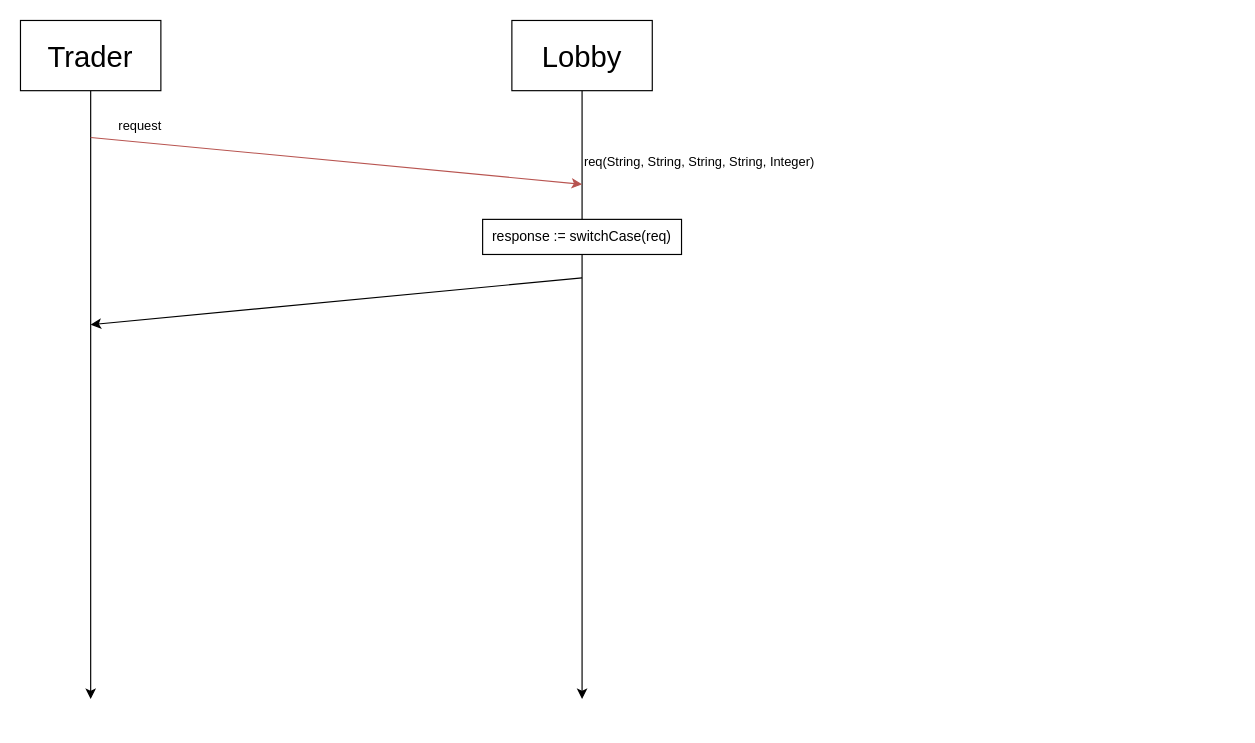
Earlier version of the draw.io diagram ChatProtocol.drawio (FrederikvSvane/PrototypeStockMarketSim). Source tidied: cells renumbered, new cells numbered last; positions are measured from the earlier drawing's top-left corner, leaving out a move shared by most shapes. Both pictures are drawn from the tidied source at 117%, with x=0, y=0 at pixel (20, 20).
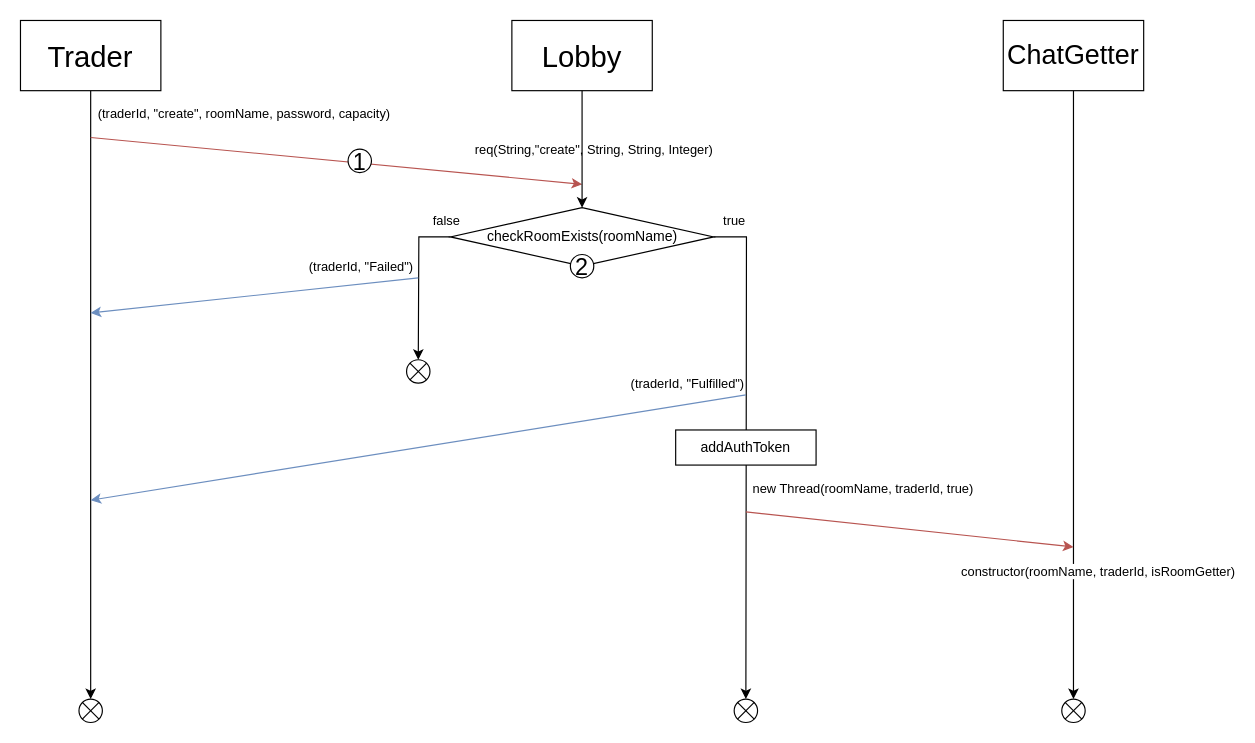
The same diagram, later.

Commit message (it also covers changes not shown here):
refactorized code, swapped duplicate code for function

Unchanged cells that the change refers to:
```xml
<mxCell id="5" value="&lt;font style=&quot;font-size: 25px;&quot;&gt;Lobby&lt;/font&gt;" style="rounded=0;whiteSpace=wrap;html=1;" parent="1" vertex="1">
  <mxGeometry x="420" width="120" height="60" as="geometry" />
</mxCell>
<mxCell id="6" style="endArrow=classic;html=1;rounded=0;fillColor=#f8cecc;strokeColor=#b85450;" parent="1" edge="1">
  <mxGeometry relative="1" as="geometry">
    <mxPoint x="60" y="100" as="sourcePoint" />
    <mxPoint x="480" y="140" as="targetPoint" />
  </mxGeometry>
</mxCell>
```

Diff of the diagram source:
```diff
@@
-    <mxCell id="4" style="edgeStyle=orthogonalEdgeStyle;rounded=0;jettySize=auto;html=1;" parent="1" edge="1" source="5">
-      <mxGeometry relative="1" as="geometry">
-        <mxPoint x="480" y="580" as="targetPoint" />
-      </mxGeometry>
-    </mxCell>
@@
-    <mxCell id="7" value="request" style="edgeLabel;html=1;align=center;verticalAlign=middle;" parent="6" vertex="1">
+    <mxCell id="7" value="(traderId, &quot;create&quot;, roomName, password, capacity)" style="edgeLabel;html=1;align=center;verticalAlign=middle;" parent="6" vertex="1">
       <mxGeometry x="-0.8" relative="1" as="geometry">
-        <mxPoint y="-14" as="offset" />
+        <mxPoint x="89" y="-24" as="offset" />
       </mxGeometry>
     </mxCell>
-    <mxCell id="8" value="req(String, String, String, String, Integer)" style="edgeLabel;html=1;align=center;verticalAlign=middle;" parent="6" vertex="1">
+    <mxCell id="8" value="req(String,&quot;create&quot;, String, String, Integer)" style="edgeLabel;html=1;align=center;verticalAlign=middle;" parent="6" vertex="1">
       <mxGeometry x="0.76" y="-1" relative="1" as="geometry">
-        <mxPoint x="150" y="-16" as="offset" />
+        <mxPoint x="60" y="-26" as="offset" />
       </mxGeometry>
     </mxCell>
-    <mxCell id="9" style="endArrow=classic;html=1;rounded=0;" parent="1" edge="1">
-      <mxGeometry relative="1" as="geometry">
-        <mxPoint x="480" y="220" as="sourcePoint" />
-        <mxPoint x="60" y="260" as="targetPoint" />
-      </mxGeometry>
-    </mxCell>
-    <mxCell id="10" value="response := switchCase(req)" style="rounded=0;whiteSpace=wrap;html=1;" parent="1" vertex="1">
-      <mxGeometry x="395" y="170" width="170" height="30" as="geometry" />
-    </mxCell>
+    <mxCell id="11" value="&lt;font style=&quot;font-size: 20px;&quot;&gt;1&lt;/font&gt;" style="ellipse;whiteSpace=wrap;html=1;" parent="1" vertex="1">
+      <mxGeometry x="280" y="110" width="20" height="20" as="geometry" />
+    </mxCell>
+    <mxCell id="12" style="edgeStyle=orthogonalEdgeStyle;rounded=0;jettySize=auto;html=1;" parent="1" edge="1" source="5" target="17">
+      <mxGeometry relative="1" as="geometry" />
+    </mxCell>
+    <mxCell id="13" style="edgeStyle=orthogonalEdgeStyle;rounded=0;jettySize=auto;html=1;" parent="1" edge="1" source="17">
+      <mxGeometry relative="1" as="geometry">
+        <mxPoint x="340" y="290" as="targetPoint" />
+      </mxGeometry>
+    </mxCell>
+    <mxCell id="14" value="true" style="edgeLabel;html=1;align=center;verticalAlign=middle;" parent="13" vertex="1">
+      <mxGeometry x="-0.79" y="-1" relative="1" as="geometry">
+        <mxPoint x="256" y="-14" as="offset" />
+      </mxGeometry>
+    </mxCell>
+    <mxCell id="15" style="edgeStyle=orthogonalEdgeStyle;rounded=0;jettySize=auto;html=1;" parent="1" edge="1" source="17">
+      <mxGeometry relative="1" as="geometry">
+        <mxPoint x="620" y="580" as="targetPoint" />
+      </mxGeometry>
+    </mxCell>
+    <mxCell id="16" value="false" style="edgeLabel;html=1;align=center;verticalAlign=middle;" parent="15" vertex="1">
+      <mxGeometry x="-0.89" y="3" relative="1" as="geometry">
+        <mxPoint x="-252" y="-12" as="offset" />
+      </mxGeometry>
+    </mxCell>
+    <mxCell id="17" value="checkRoomExists(roomName)" style="rhombus;whiteSpace=wrap;html=1;" parent="1" vertex="1">
+      <mxGeometry x="367.5" y="160" width="225" height="50" as="geometry" />
+    </mxCell>
+    <mxCell id="18" style="endArrow=classic;html=1;rounded=0;fillColor=#dae8fc;strokeColor=#6c8ebf;" parent="1" edge="1">
+      <mxGeometry relative="1" as="geometry">
+        <mxPoint x="340" y="220" as="sourcePoint" />
+        <mxPoint x="60" y="250" as="targetPoint" />
+      </mxGeometry>
+    </mxCell>
+    <mxCell id="19" value="(traderId, &quot;Failed&quot;)" style="edgeLabel;html=1;align=center;verticalAlign=middle;" parent="18" vertex="1">
+      <mxGeometry x="-0.26" relative="1" as="geometry">
+        <mxPoint x="54" y="-21" as="offset" />
+      </mxGeometry>
+    </mxCell>
+    <mxCell id="20" value="&lt;font style=&quot;font-size: 20px;&quot;&gt;2&lt;/font&gt;" style="ellipse;whiteSpace=wrap;html=1;" parent="1" vertex="1">
+      <mxGeometry x="470" y="200" width="20" height="20" as="geometry" />
+    </mxCell>
+    <mxCell id="21" style="verticalLabelPosition=bottom;verticalAlign=top;html=1;shape=mxgraph.flowchart.or;" parent="1" vertex="1">
+      <mxGeometry x="330" y="290" width="20" height="20" as="geometry" />
+    </mxCell>
+    <mxCell id="22" style="endArrow=classic;html=1;rounded=0;fillColor=#dae8fc;strokeColor=#6c8ebf;" parent="1" edge="1">
+      <mxGeometry relative="1" as="geometry">
+        <mxPoint x="620" y="320" as="sourcePoint" />
+        <mxPoint x="60" y="410" as="targetPoint" />
+      </mxGeometry>
+    </mxCell>
+    <mxCell id="23" value="(traderId, &quot;Fulfilled&quot;)" style="edgeLabel;html=1;align=center;verticalAlign=middle;" parent="22" vertex="1">
+      <mxGeometry x="-0.51" y="4" relative="1" as="geometry">
+        <mxPoint x="86" y="-36" as="offset" />
+      </mxGeometry>
+    </mxCell>
+    <mxCell id="24" style="edgeStyle=orthogonalEdgeStyle;rounded=0;jettySize=auto;html=1;" parent="1" edge="1" source="26">
+      <mxGeometry relative="1" as="geometry">
+        <mxPoint x="900" y="580" as="targetPoint" />
+      </mxGeometry>
+    </mxCell>
+    <mxCell id="25" value="constructor(roomName, traderId, isRoomGetter)" style="edgeLabel;html=1;align=center;verticalAlign=middle;" parent="24" vertex="1">
+      <mxGeometry x="0.35" y="-2" relative="1" as="geometry">
+        <mxPoint x="22" y="60" as="offset" />
+      </mxGeometry>
+    </mxCell>
+    <mxCell id="26" value="&lt;font style=&quot;font-size: 23px;&quot;&gt;ChatGetter&lt;/font&gt;" style="rounded=0;whiteSpace=wrap;html=1;" parent="1" vertex="1">
+      <mxGeometry x="840" width="120" height="60" as="geometry" />
+    </mxCell>
+    <mxCell id="27" value="addAuthToken" style="rounded=0;whiteSpace=wrap;html=1;" parent="1" vertex="1">
+      <mxGeometry x="560" y="350" width="120" height="30" as="geometry" />
+    </mxCell>
+    <mxCell id="28" style="endArrow=classic;html=1;rounded=0;fillColor=#f8cecc;strokeColor=#b85450;" parent="1" edge="1">
+      <mxGeometry relative="1" as="geometry">
+        <mxPoint x="620" y="420" as="sourcePoint" />
+        <mxPoint x="900" y="450" as="targetPoint" />
+      </mxGeometry>
+    </mxCell>
+    <mxCell id="29" value="new Thread(roomName, traderId, true)" style="edgeLabel;html=1;align=center;verticalAlign=middle;" parent="28" vertex="1">
+      <mxGeometry x="-0.76" y="1" relative="1" as="geometry">
+        <mxPoint x="66" y="-23" as="offset" />
+      </mxGeometry>
+    </mxCell>
+    <mxCell id="30" style="verticalLabelPosition=bottom;verticalAlign=top;html=1;shape=mxgraph.flowchart.or;" parent="1" vertex="1">
+      <mxGeometry x="50" y="580" width="20" height="20" as="geometry" />
+    </mxCell>
+    <mxCell id="31" style="verticalLabelPosition=bottom;verticalAlign=top;html=1;shape=mxgraph.flowchart.or;" parent="1" vertex="1">
+      <mxGeometry x="610" y="580" width="20" height="20" as="geometry" />
+    </mxCell>
+    <mxCell id="32" style="verticalLabelPosition=bottom;verticalAlign=top;html=1;shape=mxgraph.flowchart.or;" parent="1" vertex="1">
+      <mxGeometry x="890" y="580" width="20" height="20" as="geometry" />
+    </mxCell>
```
